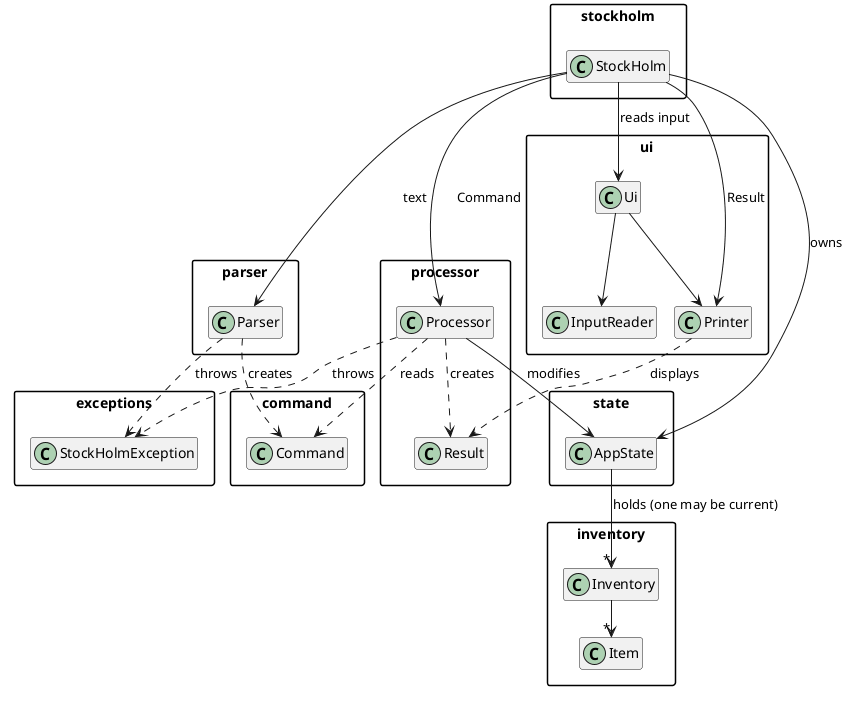
Earlier version of the PlantUML export docs/images/ArchitectureDiagram.png (AY2627S1-CS2113-W14-4/tp). Its source is kept beside it as docs/diagrams/ArchitectureDiagram.puml.
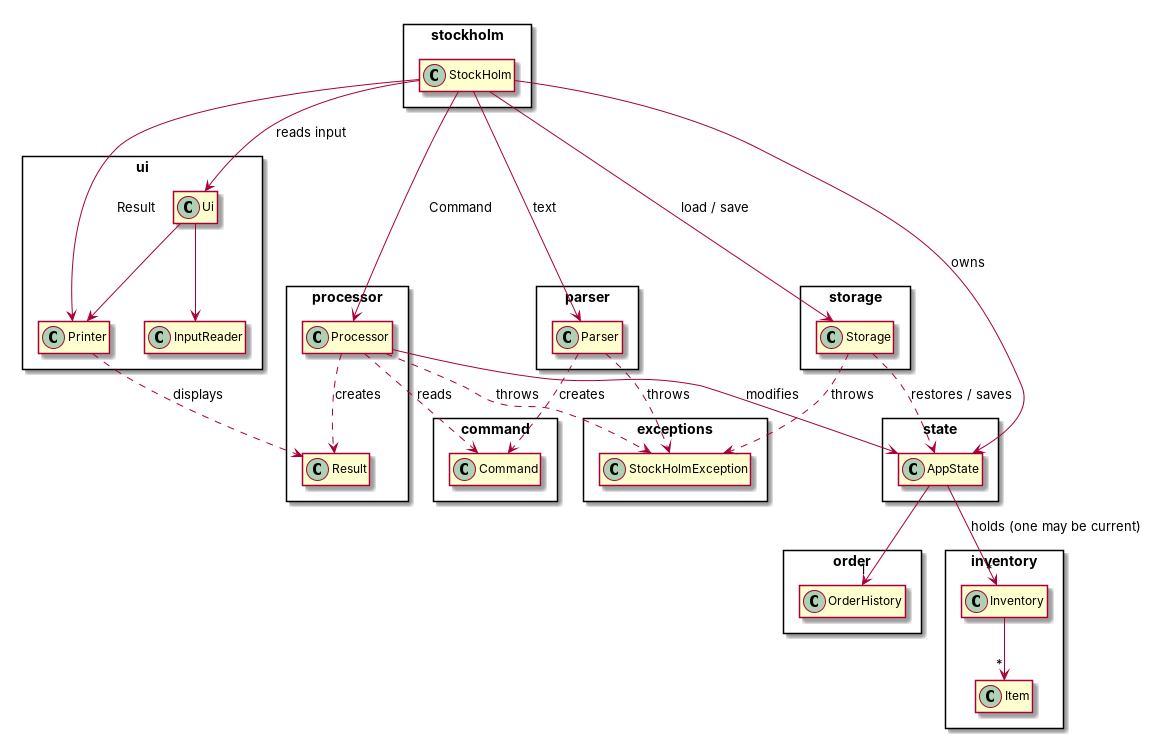
After the change.

What changed in the source:
```diff
@@ -22,8 +22,14 @@
     class Processor
     class Result
 }
+package "storage" {
+    class Storage
+}
 package "state" {
     class AppState
+}
+package "order" {
+    class OrderHistory
 }
 package "inventory" {
     class Inventory
@@ -38,6 +44,8 @@
 StockHolm --> Processor : Command
 StockHolm --> Printer : Result
 StockHolm --> AppState : owns
+StockHolm --> Storage : load / save
+Storage ..> AppState : restores / saves
 Ui --> InputReader
 Ui --> Printer
 Parser ..> Command : creates
@@ -45,8 +53,10 @@
 Processor ..> Result : creates
 Processor --> AppState : modifies
 AppState --> "*" Inventory : holds (one may be current)
+AppState --> "1" OrderHistory
 Inventory --> "*" Item
 Printer ..> Result : displays
 Parser ..> StockHolmException : throws
 Processor ..> StockHolmException : throws
+Storage ..> StockHolmException : throws
 @enduml
```
